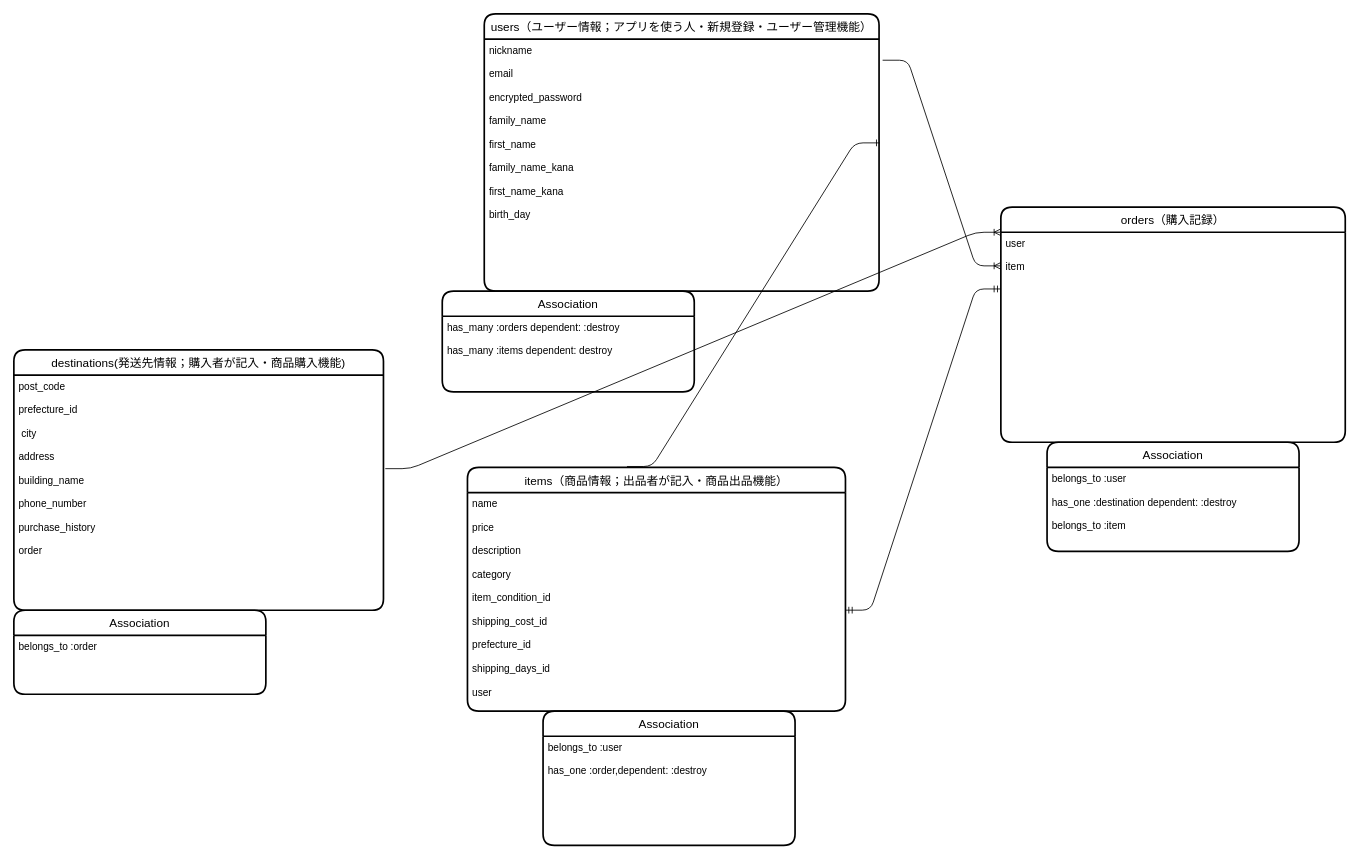
Earlier version of the draw.io diagram furima.dio (donrow007/furima-38283). Source tidied: cells renumbered, new cells numbered last; positions are measured from the earlier drawing's top-left corner, leaving out a move shared by most shapes. Both pictures are drawn from the tidied source at 84%, with x=0, y=0 at pixel (13, 13).
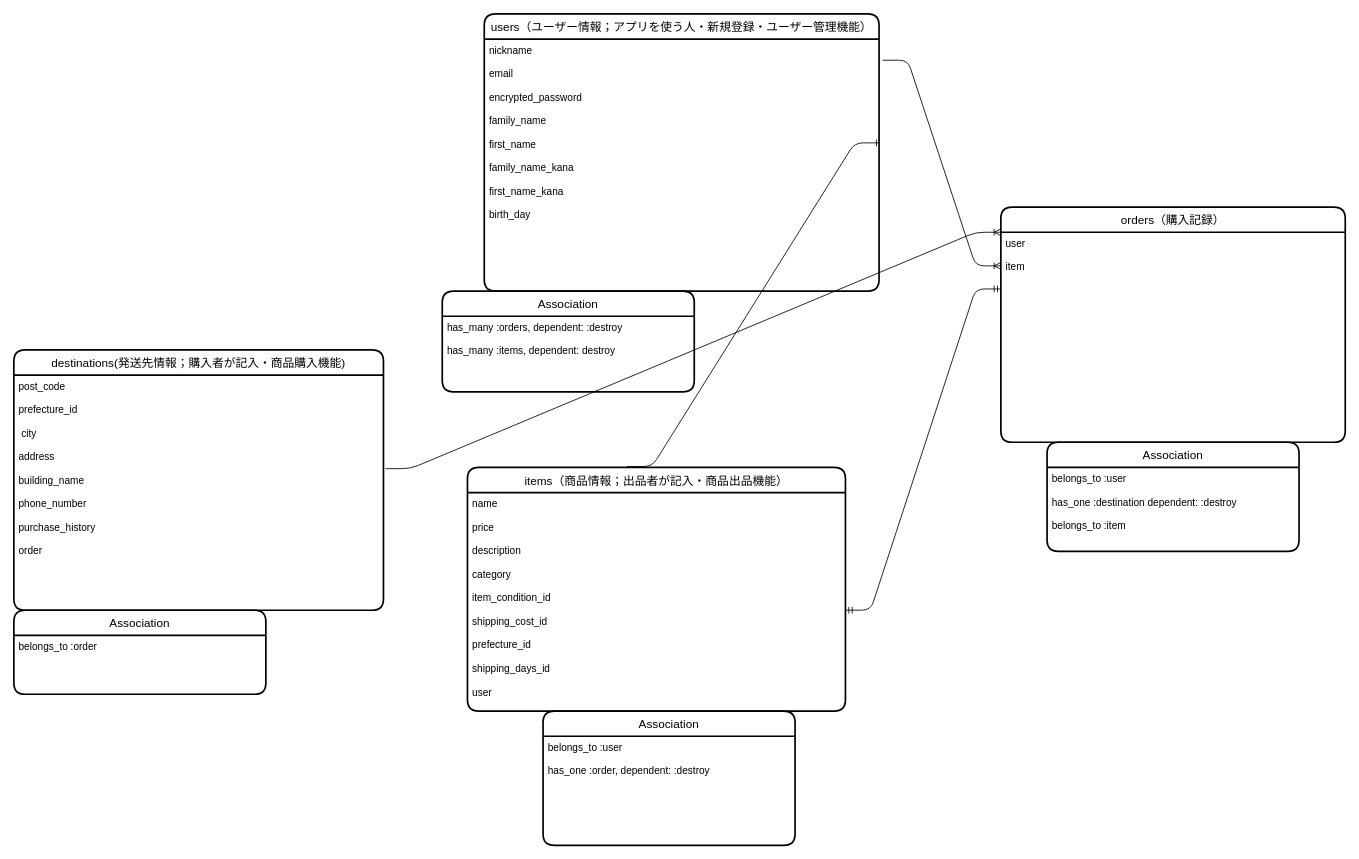
After the change.

Unchanged cells that the change refers to:
```xml
<mxCell id="11" value="Association" style="swimlane;horizontal=1;startSize=30;rounded=1;fontSize=14;fontStyle=0;strokeWidth=2;shadow=0;dashed=0;align=center;" parent="1" vertex="1">
  <mxGeometry x="510" y="330" width="300" height="120" as="geometry" />
</mxCell>
<mxCell id="15" value="Association" style="swimlane;horizontal=1;startSize=30;rounded=1;fontSize=14;fontStyle=0;strokeWidth=2;shadow=0;dashed=0;align=center;" parent="1" vertex="1">
  <mxGeometry x="630" y="830" width="300" height="160" as="geometry" />
</mxCell>
```

Diff of the diagram source:
```diff
@@
-    <mxCell id="12" value="has_many :orders dependent: :destroy&#10;&#10;has_many :items dependent: destroy" style="align=left;strokeColor=none;fillColor=none;spacingLeft=4;fontSize=12;verticalAlign=top;" parent="11" vertex="1">
+    <mxCell id="12" value="has_many :orders, dependent: :destroy&#10;&#10;has_many :items, dependent: destroy" style="align=left;strokeColor=none;fillColor=none;spacingLeft=4;fontSize=12;verticalAlign=top;" parent="11" vertex="1">
       <mxGeometry y="30" width="300" height="90" as="geometry" />
     </mxCell>
@@
-    <mxCell id="16" value="belongs_to :user &#10;&#10;has_one :order,dependent: :destroy" style="align=left;strokeColor=none;fillColor=none;spacingLeft=4;fontSize=12;verticalAlign=top;" parent="15" vertex="1">
+    <mxCell id="16" value="belongs_to :user &#10;&#10;has_one :order, dependent: :destroy" style="align=left;strokeColor=none;fillColor=none;spacingLeft=4;fontSize=12;verticalAlign=top;" parent="15" vertex="1">
       <mxGeometry y="30" width="300" height="130" as="geometry" />
     </mxCell>
```
